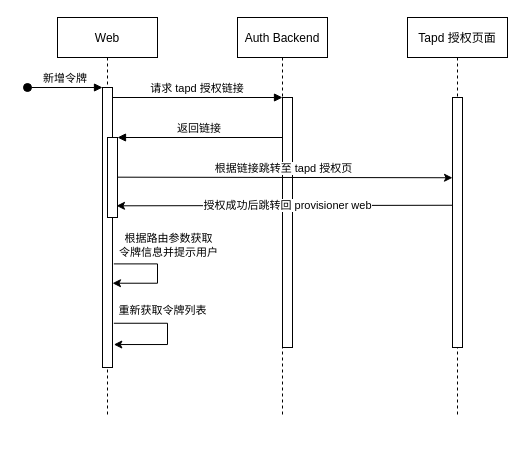
This is Untitled Diagram.drawio from delaprada/draw.io, a draw.io file, before an edit. Source tidied: cells renumbered, new cells numbered last; positions are measured from the earlier drawing's top-left corner, leaving out a move shared by most shapes. Both pictures are drawn from the tidied source at 100%, with x=0, y=0 at pixel (27, 17).
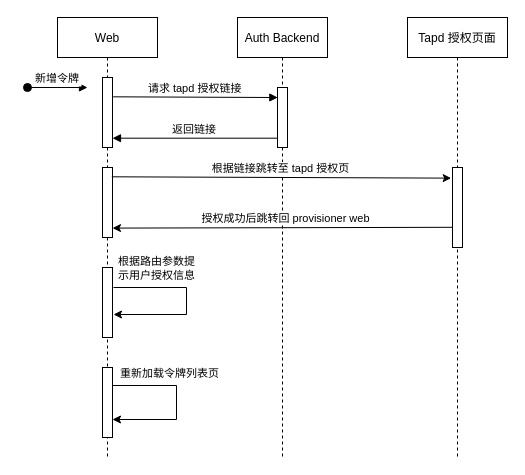
After the change.

What changed in the source:
```diff
@@
     <mxCell id="2" value="Web" style="shape=umlLifeline;perimeter=lifelinePerimeter;rounded=0;shadow=0;strokeWidth=1;" parent="1" vertex="1">
-      <mxGeometry x="30" width="100" height="400" as="geometry" />
+      <mxGeometry x="30" width="100" height="440" as="geometry" />
     </mxCell>
     <mxCell id="3" style="points=[];perimeter=orthogonalPerimeter;rounded=0;shadow=0;strokeWidth=1;" parent="2" vertex="1">
-      <mxGeometry x="45" y="70" width="10" height="280" as="geometry" />
+      <mxGeometry x="45" y="250" width="10" height="70" as="geometry" />
     </mxCell>
-    <mxCell id="4" value="新增令牌" style="verticalAlign=bottom;startArrow=oval;endArrow=block;startSize=8;shadow=0;strokeWidth=1;" parent="2" edge="1" target="3">
+    <mxCell id="4" value="新增令牌" style="verticalAlign=bottom;startArrow=oval;endArrow=block;startSize=8;shadow=0;strokeWidth=1;fontSize=11;" parent="2" edge="1">
       <mxGeometry relative="1" as="geometry">
         <mxPoint x="-30" y="70" as="sourcePoint" />
+        <mxPoint x="30" y="70" as="targetPoint" />
       </mxGeometry>
     </mxCell>
-    <mxCell id="5" style="points=[];perimeter=orthogonalPerimeter;rounded=0;shadow=0;strokeWidth=1;" parent="2" vertex="1">
-      <mxGeometry x="50" y="120" width="10" height="80" as="geometry" />
-    </mxCell>
-    <mxCell id="6" style="edgeStyle=elbowEdgeStyle;elbow=vertical;endArrow=classic;html=1;rounded=0;entryX=1;entryY=0.699;entryDx=0;entryDy=0;entryPerimeter=0;exitX=1.133;exitY=0.63;exitDx=0;exitDy=0;exitPerimeter=0;" parent="2" edge="1" source="3" target="3">
-      <mxGeometry relative="1" as="geometry">
-        <Array as="points">
-          <mxPoint x="100" y="280" />
-          <mxPoint x="100" y="280" />
-          <mxPoint x="110" y="240" />
-        </Array>
-      </mxGeometry>
-    </mxCell>
-    <mxCell id="7" value="根据路由参数获取&lt;br&gt;令牌信息并提示用户" style="edgeLabel;html=1;align=center;verticalAlign=middle;" parent="6" vertex="1">
-      <mxGeometry x="-0.45" y="2" relative="1" as="geometry">
-        <mxPoint x="24" y="-17" as="offset" />
-      </mxGeometry>
-    </mxCell>
-    <mxCell id="8" style="edgeStyle=elbowEdgeStyle;elbow=vertical;endArrow=classic;html=1;rounded=0;entryX=1.133;entryY=0.918;entryDx=0;entryDy=0;entryPerimeter=0;exitX=1.133;exitY=0.842;exitDx=0;exitDy=0;exitPerimeter=0;" parent="2" edge="1" source="3" target="3">
-      <mxGeometry relative="1" as="geometry">
-        <Array as="points">
-          <mxPoint x="110" y="290" />
-          <mxPoint x="110" y="290" />
-          <mxPoint x="120" y="250" />
-        </Array>
-      </mxGeometry>
-    </mxCell>
-    <mxCell id="9" value="重新获取令牌列表" style="edgeLabel;html=1;align=center;verticalAlign=middle;" parent="8" vertex="1">
-      <mxGeometry x="-0.45" y="2" relative="1" as="geometry">
-        <mxPoint x="13" y="-11" as="offset" />
-      </mxGeometry>
-    </mxCell>
+    <mxCell id="20" style="points=[];perimeter=orthogonalPerimeter;rounded=0;shadow=0;strokeWidth=1;" parent="2" vertex="1">
+      <mxGeometry x="45" y="60" width="10" height="70" as="geometry" />
+    </mxCell>
+    <mxCell id="21" style="points=[];perimeter=orthogonalPerimeter;rounded=0;shadow=0;strokeWidth=1;" parent="2" vertex="1">
+      <mxGeometry x="45" y="150" width="10" height="70" as="geometry" />
+    </mxCell>
+    <mxCell id="22" style="edgeStyle=elbowEdgeStyle;elbow=horizontal;endArrow=classic;html=1;rounded=0;" parent="2" edge="1">
+      <mxGeometry relative="1" as="geometry">
+        <mxPoint x="56" y="270" as="sourcePoint" />
+        <mxPoint x="56" y="297" as="targetPoint" />
+        <Array as="points">
+          <mxPoint x="129" y="280" />
+          <mxPoint x="159" y="285" />
+        </Array>
+      </mxGeometry>
+    </mxCell>
+    <mxCell id="23" value="根据路由参数提&lt;br&gt;示用户授权信息" style="edgeLabel;html=1;align=center;verticalAlign=middle;" parent="22" vertex="1">
+      <mxGeometry x="-0.36" y="3" relative="1" as="geometry">
+        <mxPoint x="-13" y="-17" as="offset" />
+      </mxGeometry>
+    </mxCell>
+    <mxCell id="24" style="perimeter=orthogonalPerimeter;rounded=0;shadow=0;strokeWidth=1;" parent="2" vertex="1">
+      <mxGeometry x="45" y="350" width="10" height="70" as="geometry" />
+    </mxCell>
+    <mxCell id="25" style="edgeStyle=elbowEdgeStyle;elbow=horizontal;endArrow=classic;html=1;rounded=0;" parent="2" edge="1">
+      <mxGeometry relative="1" as="geometry">
+        <mxPoint x="55" y="368" as="sourcePoint" />
+        <mxPoint x="55" y="402" as="targetPoint" />
+        <Array as="points">
+          <mxPoint x="119" y="375" />
+          <mxPoint x="38" y="310" />
+        </Array>
+      </mxGeometry>
+    </mxCell>
+    <mxCell id="26" value="重新加载令牌列表页" style="edgeLabel;html=1;align=center;verticalAlign=middle;" parent="25" vertex="1">
+      <mxGeometry x="-0.36" y="3" relative="1" as="geometry">
+        <mxPoint x="4" y="-10" as="offset" />
+      </mxGeometry>
+    </mxCell>
     <mxCell id="10" value="Auth Backend" style="shape=umlLifeline;perimeter=lifelinePerimeter;rounded=0;shadow=0;strokeWidth=1;" parent="1" vertex="1">
-      <mxGeometry x="210" width="90" height="400" as="geometry" />
+      <mxGeometry x="210" width="90" height="440" as="geometry" />
     </mxCell>
     <mxCell id="11" style="points=[];perimeter=orthogonalPerimeter;rounded=0;shadow=0;strokeWidth=1;" parent="10" vertex="1">
-      <mxGeometry x="45" y="80" width="10" height="250" as="geometry" />
+      <mxGeometry x="40" y="70" width="10" height="60" as="geometry" />
     </mxCell>
-    <mxCell id="12" value="请求 tapd 授权链接" style="verticalAlign=bottom;endArrow=block;entryX=0;entryY=0;shadow=0;strokeWidth=1;" parent="1" edge="1" source="3" target="11">
+    <mxCell id="12" value="请求 tapd 授权链接" style="verticalAlign=bottom;endArrow=block;entryX=0.033;entryY=0.167;shadow=0;strokeWidth=1;exitX=1.067;exitY=0.276;exitDx=0;exitDy=0;exitPerimeter=0;entryDx=0;entryDy=0;entryPerimeter=0;fontSize=11;" parent="1" edge="1" source="20" target="11">
       <mxGeometry relative="1" as="geometry" />
     </mxCell>
-    <mxCell id="13" value="返回链接" style="verticalAlign=bottom;endArrow=block;entryX=1;entryY=0;shadow=0;strokeWidth=1;" parent="1" edge="1" source="11" target="5">
+    <mxCell id="13" value="返回链接" style="verticalAlign=bottom;endArrow=block;entryX=1;entryY=0.867;shadow=0;strokeWidth=1;entryDx=0;entryDy=0;entryPerimeter=0;fontSize=11;" parent="1" edge="1" source="11" target="20">
       <mxGeometry relative="1" as="geometry" />
     </mxCell>
     <mxCell id="14" value="Tapd 授权页面" style="shape=umlLifeline;perimeter=lifelinePerimeter;rounded=0;shadow=0;strokeWidth=1;" parent="1" vertex="1">
-      <mxGeometry x="380" width="100" height="400" as="geometry" />
+      <mxGeometry x="380" width="100" height="440" as="geometry" />
     </mxCell>
     <mxCell id="15" style="points=[];perimeter=orthogonalPerimeter;rounded=0;shadow=0;strokeWidth=1;" parent="14" vertex="1">
-      <mxGeometry x="45" y="80" width="10" height="250" as="geometry" />
+      <mxGeometry x="45" y="150" width="10" height="80" as="geometry" />
     </mxCell>
-    <mxCell id="16" style="endArrow=classic;html=1;rounded=0;entryX=0.9;entryY=0.854;entryDx=0;entryDy=0;entryPerimeter=0;exitX=0;exitY=0.431;exitDx=0;exitDy=0;exitPerimeter=0;" parent="1" edge="1" source="15" target="5">
-      <mxGeometry relative="1" as="geometry" />
+    <mxCell id="16" style="endArrow=classic;html=1;rounded=0;exitX=0;exitY=0.431;exitDx=0;exitDy=0;exitPerimeter=0;entryX=1;entryY=0.552;entryDx=0;entryDy=0;entryPerimeter=0;" parent="1" edge="1">
+      <mxGeometry relative="1" as="geometry">
+        <mxPoint x="425" y="209.8" as="sourcePoint" />
+        <mxPoint x="85" y="210.6" as="targetPoint" />
+      </mxGeometry>
     </mxCell>
-    <mxCell id="17" value="授权成功后跳转回 provisioner web" style="edgeLabel;html=1;align=center;verticalAlign=middle;" parent="16" vertex="1">
+    <mxCell id="17" value="授权成功后跳转回 provisioner web" style="edgeLabel;html=1;align=center;verticalAlign=bottom;" parent="16" vertex="1">
       <mxGeometry x="-0.02" y="-1" relative="1" as="geometry" />
     </mxCell>
-    <mxCell id="18" style="endArrow=classic;html=1;rounded=0;exitX=0.967;exitY=0.496;exitDx=0;exitDy=0;exitPerimeter=0;entryX=0;entryY=0.321;entryDx=0;entryDy=0;entryPerimeter=0;" parent="1" edge="1" source="5" target="15">
+    <mxCell id="18" style="endArrow=classic;html=1;rounded=0;exitX=0.933;exitY=0.133;exitDx=0;exitDy=0;exitPerimeter=0;entryX=-0.133;entryY=0.133;entryDx=0;entryDy=0;entryPerimeter=0;" parent="1" edge="1" source="21" target="15">
       <mxGeometry relative="1" as="geometry" />
     </mxCell>
```
